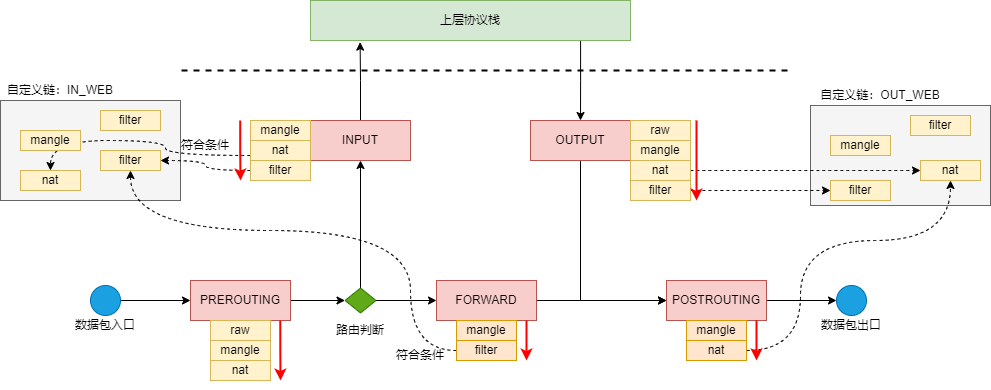
The draw.io diagram posts/iptables/assets/custom-chain.drawio.png in lsj9383/blog, before a commit. Source tidied: cells renumbered, new cells last; positions are measured from the earlier drawing's top-left corner, leaving out a move shared by most shapes. The source it was exported from:
```xml
<mxGraphModel>
  <root>
    <mxCell id="0" />
    <mxCell id="1" parent="0" />
    <mxCell id="2" style="rounded=0;whiteSpace=wrap;html=1;fillColor=#f5f5f5;fontColor=#333333;strokeColor=#666666;" parent="1" vertex="1">
      <mxGeometry x="810" y="105" width="180" height="100" as="geometry" />
    </mxCell>
    <mxCell id="3" style="rounded=0;whiteSpace=wrap;html=1;fillColor=#f5f5f5;fontColor=#333333;strokeColor=#666666;" parent="1" vertex="1">
      <mxGeometry y="100" width="180" height="100" as="geometry" />
    </mxCell>
    <mxCell id="4" style="edgeStyle=orthogonalEdgeStyle;rounded=0;jettySize=auto;html=1;exitX=0.844;exitY=1.011;exitDx=0;exitDy=0;exitPerimeter=0;" parent="1" edge="1" source="5" target="14">
      <mxGeometry relative="1" as="geometry" />
    </mxCell>
    <mxCell id="5" value="上层协议栈" style="rounded=0;whiteSpace=wrap;html=1;fillColor=#d5e8d4;strokeColor=#82b366;" parent="1" vertex="1">
      <mxGeometry x="310" width="320" height="40" as="geometry" />
    </mxCell>
    <mxCell id="6" style="edgeStyle=orthogonalEdgeStyle;rounded=0;jettySize=auto;html=1;exitX=0.5;exitY=0;exitDx=0;exitDy=0;entryX=0.155;entryY=1.041;entryDx=0;entryDy=0;entryPerimeter=0;" parent="1" edge="1" source="7" target="5">
      <mxGeometry relative="1" as="geometry" />
    </mxCell>
    <mxCell id="7" value="INPUT" style="rounded=0;whiteSpace=wrap;html=1;fillColor=#f8cecc;strokeColor=#b85450;" parent="1" vertex="1">
      <mxGeometry x="310" y="120" width="100" height="40" as="geometry" />
    </mxCell>
    <mxCell id="8" value="mangle" style="rounded=0;whiteSpace=wrap;html=1;fillColor=#fff2cc;strokeColor=#d6b656;" parent="1" vertex="1">
      <mxGeometry x="250" y="120" width="60" height="20" as="geometry" />
    </mxCell>
    <mxCell id="9" style="edgeStyle=orthogonalEdgeStyle;curved=1;rounded=0;jettySize=auto;html=1;exitX=0;exitY=0.75;exitDx=0;exitDy=0;entryX=0.5;entryY=0;entryDx=0;entryDy=0;dashed=1;strokeColor=#000000;strokeWidth=1;" parent="1" edge="1" source="10" target="52">
      <mxGeometry relative="1" as="geometry">
        <Array as="points">
          <mxPoint x="165" y="155" />
          <mxPoint x="165" y="140" />
          <mxPoint x="50" y="140" />
        </Array>
      </mxGeometry>
    </mxCell>
    <mxCell id="10" value="nat" style="rounded=0;whiteSpace=wrap;html=1;fillColor=#fff2cc;strokeColor=#d6b656;" parent="1" vertex="1">
      <mxGeometry x="250" y="140" width="60" height="20" as="geometry" />
    </mxCell>
    <mxCell id="11" style="edgeStyle=orthogonalEdgeStyle;rounded=0;jettySize=auto;html=1;exitX=0;exitY=0.5;exitDx=0;exitDy=0;entryX=1;entryY=0.5;entryDx=0;entryDy=0;strokeColor=#000000;strokeWidth=1;curved=1;dashed=1;" parent="1" edge="1" source="12" target="53">
      <mxGeometry relative="1" as="geometry" />
    </mxCell>
    <mxCell id="12" value="filter" style="rounded=0;whiteSpace=wrap;html=1;fillColor=#fff2cc;strokeColor=#d6b656;" parent="1" vertex="1">
      <mxGeometry x="250" y="160" width="60" height="20" as="geometry" />
    </mxCell>
    <mxCell id="13" style="edgeStyle=orthogonalEdgeStyle;rounded=0;jettySize=auto;html=1;exitX=0.5;exitY=1;exitDx=0;exitDy=0;entryX=0;entryY=0.5;entryDx=0;entryDy=0;" parent="1" edge="1" source="14" target="22">
      <mxGeometry relative="1" as="geometry" />
    </mxCell>
    <mxCell id="14" value="OUTPUT" style="rounded=0;whiteSpace=wrap;html=1;fillColor=#f8cecc;strokeColor=#b85450;" parent="1" vertex="1">
      <mxGeometry x="530" y="120" width="100" height="40" as="geometry" />
    </mxCell>
    <mxCell id="15" value="mangle" style="rounded=0;whiteSpace=wrap;html=1;fillColor=#fff2cc;strokeColor=#d6b656;" parent="1" vertex="1">
      <mxGeometry x="630" y="140" width="60" height="20" as="geometry" />
    </mxCell>
    <mxCell id="16" style="edgeStyle=orthogonalEdgeStyle;curved=1;rounded=0;jettySize=auto;html=1;exitX=1;exitY=0.5;exitDx=0;exitDy=0;entryX=0;entryY=0.5;entryDx=0;entryDy=0;dashed=1;strokeColor=#000000;strokeWidth=1;fontSize=7;" parent="1" edge="1" source="17" target="59">
      <mxGeometry relative="1" as="geometry" />
    </mxCell>
    <mxCell id="17" value="nat" style="rounded=0;whiteSpace=wrap;html=1;fillColor=#fff2cc;strokeColor=#d6b656;" parent="1" vertex="1">
      <mxGeometry x="630" y="160" width="60" height="20" as="geometry" />
    </mxCell>
    <mxCell id="18" style="edgeStyle=orthogonalEdgeStyle;curved=1;rounded=0;jettySize=auto;html=1;exitX=1;exitY=0.5;exitDx=0;exitDy=0;entryX=0;entryY=0.5;entryDx=0;entryDy=0;dashed=1;strokeColor=#000000;strokeWidth=1;fontSize=7;" parent="1" edge="1" source="19" target="60">
      <mxGeometry relative="1" as="geometry" />
    </mxCell>
    <mxCell id="19" value="filter" style="rounded=0;whiteSpace=wrap;html=1;fillColor=#fff2cc;strokeColor=#d6b656;" parent="1" vertex="1">
      <mxGeometry x="630" y="180" width="60" height="20" as="geometry" />
    </mxCell>
    <mxCell id="20" value="raw" style="rounded=0;whiteSpace=wrap;html=1;fillColor=#fff2cc;strokeColor=#d6b656;" parent="1" vertex="1">
      <mxGeometry x="630" y="120" width="60" height="20" as="geometry" />
    </mxCell>
    <mxCell id="21" style="edgeStyle=orthogonalEdgeStyle;rounded=0;jettySize=auto;html=1;exitX=1;exitY=0.5;exitDx=0;exitDy=0;entryX=0;entryY=0.5;entryDx=0;entryDy=0;" parent="1" edge="1" source="22" target="41">
      <mxGeometry relative="1" as="geometry" />
    </mxCell>
    <mxCell id="22" value="POSTROUTING" style="rounded=0;whiteSpace=wrap;html=1;fillColor=#f8cecc;strokeColor=#b85450;" parent="1" vertex="1">
      <mxGeometry x="666" y="280" width="100" height="40" as="geometry" />
    </mxCell>
    <mxCell id="23" value="mangle" style="rounded=0;whiteSpace=wrap;html=1;fillColor=#ffe6cc;strokeColor=#d79b00;" parent="1" vertex="1">
      <mxGeometry x="686" y="320" width="60" height="20" as="geometry" />
    </mxCell>
    <mxCell id="24" style="edgeStyle=orthogonalEdgeStyle;curved=1;rounded=0;jettySize=auto;html=1;exitX=1;exitY=0.5;exitDx=0;exitDy=0;entryX=0.5;entryY=1;entryDx=0;entryDy=0;dashed=1;strokeColor=#000000;strokeWidth=1;fontSize=7;" parent="1" edge="1" source="25" target="59">
      <mxGeometry relative="1" as="geometry">
        <Array as="points">
          <mxPoint x="800" y="350" />
          <mxPoint x="800" y="240" />
          <mxPoint x="950" y="240" />
        </Array>
      </mxGeometry>
    </mxCell>
    <mxCell id="25" value="nat" style="rounded=0;whiteSpace=wrap;html=1;fillColor=#ffe6cc;strokeColor=#d79b00;" parent="1" vertex="1">
      <mxGeometry x="686" y="340" width="60" height="20" as="geometry" />
    </mxCell>
    <mxCell id="26" style="edgeStyle=orthogonalEdgeStyle;rounded=0;jettySize=auto;html=1;exitX=1;exitY=0.5;exitDx=0;exitDy=0;" parent="1" edge="1" source="27" target="22">
      <mxGeometry relative="1" as="geometry" />
    </mxCell>
    <mxCell id="27" value="FORWARD" style="rounded=0;whiteSpace=wrap;html=1;fillColor=#f8cecc;strokeColor=#b85450;" parent="1" vertex="1">
      <mxGeometry x="436" y="280" width="100" height="40" as="geometry" />
    </mxCell>
    <mxCell id="28" value="mangle" style="rounded=0;whiteSpace=wrap;html=1;fillColor=#ffe6cc;strokeColor=#d79b00;" parent="1" vertex="1">
      <mxGeometry x="456" y="320" width="60" height="20" as="geometry" />
    </mxCell>
    <mxCell id="29" style="edgeStyle=orthogonalEdgeStyle;curved=1;rounded=0;jettySize=auto;html=1;exitX=0;exitY=0.5;exitDx=0;exitDy=0;strokeColor=#000000;strokeWidth=1;dashed=1;" parent="1" edge="1" source="30" target="53">
      <mxGeometry relative="1" as="geometry">
        <Array as="points">
          <mxPoint x="410" y="350" />
          <mxPoint x="410" y="230" />
          <mxPoint x="130" y="230" />
        </Array>
      </mxGeometry>
    </mxCell>
    <mxCell id="30" value="filter" style="rounded=0;whiteSpace=wrap;html=1;fillColor=#ffe6cc;strokeColor=#d79b00;" parent="1" vertex="1">
      <mxGeometry x="456" y="340" width="60" height="20" as="geometry" />
    </mxCell>
    <mxCell id="31" style="edgeStyle=orthogonalEdgeStyle;rounded=0;jettySize=auto;html=1;exitX=1;exitY=0.5;exitDx=0;exitDy=0;" parent="1" edge="1" source="32" target="40">
      <mxGeometry relative="1" as="geometry" />
    </mxCell>
    <mxCell id="32" value="PREROUTING" style="rounded=0;whiteSpace=wrap;html=1;fillColor=#f8cecc;strokeColor=#b85450;" parent="1" vertex="1">
      <mxGeometry x="190" y="280" width="100" height="40" as="geometry" />
    </mxCell>
    <mxCell id="33" value="mangle" style="rounded=0;whiteSpace=wrap;html=1;fillColor=#fff2cc;strokeColor=#d6b656;" parent="1" vertex="1">
      <mxGeometry x="210" y="340" width="60" height="20" as="geometry" />
    </mxCell>
    <mxCell id="34" value="nat" style="rounded=0;whiteSpace=wrap;html=1;fillColor=#fff2cc;strokeColor=#d6b656;" parent="1" vertex="1">
      <mxGeometry x="210" y="360" width="60" height="20" as="geometry" />
    </mxCell>
    <mxCell id="35" value="raw" style="rounded=0;whiteSpace=wrap;html=1;fillColor=#fff2cc;strokeColor=#d6b656;" parent="1" vertex="1">
      <mxGeometry x="210" y="320" width="60" height="20" as="geometry" />
    </mxCell>
    <mxCell id="36" style="edgeStyle=orthogonalEdgeStyle;rounded=0;jettySize=auto;html=1;" parent="1" edge="1" source="37" target="32">
      <mxGeometry relative="1" as="geometry" />
    </mxCell>
    <mxCell id="37" style="ellipse;whiteSpace=wrap;html=1;fillColor=#1ba1e2;fontColor=#ffffff;strokeColor=#006EAF;" parent="1" vertex="1">
      <mxGeometry x="90" y="285" width="30" height="30" as="geometry" />
    </mxCell>
    <mxCell id="38" style="edgeStyle=orthogonalEdgeStyle;rounded=0;jettySize=auto;html=1;exitX=0.5;exitY=0;exitDx=0;exitDy=0;" parent="1" edge="1" source="40" target="7">
      <mxGeometry relative="1" as="geometry" />
    </mxCell>
    <mxCell id="39" style="edgeStyle=orthogonalEdgeStyle;rounded=0;jettySize=auto;html=1;exitX=1;exitY=0.5;exitDx=0;exitDy=0;" parent="1" edge="1" source="40" target="27">
      <mxGeometry relative="1" as="geometry" />
    </mxCell>
    <mxCell id="40" style="rhombus;whiteSpace=wrap;html=1;fillColor=#60a917;fontColor=#ffffff;strokeColor=#2D7600;" parent="1" vertex="1">
      <mxGeometry x="344.5" y="287.5" width="31" height="25" as="geometry" />
    </mxCell>
    <mxCell id="41" style="ellipse;whiteSpace=wrap;html=1;fillColor=#1ba1e2;fontColor=#ffffff;strokeColor=#006EAF;" parent="1" vertex="1">
      <mxGeometry x="836" y="285" width="30" height="30" as="geometry" />
    </mxCell>
    <mxCell id="42" value="数据包出口" style="text;html=1;strokeColor=none;fillColor=none;align=center;verticalAlign=middle;whiteSpace=wrap;rounded=0;" parent="1" vertex="1">
      <mxGeometry x="816" y="310" width="70" height="30" as="geometry" />
    </mxCell>
    <mxCell id="43" value="数据包入口" style="text;html=1;strokeColor=none;fillColor=none;align=center;verticalAlign=middle;whiteSpace=wrap;rounded=0;" parent="1" vertex="1">
      <mxGeometry x="70" y="310" width="70" height="30" as="geometry" />
    </mxCell>
    <mxCell id="44" value="路由判断" style="text;html=1;strokeColor=none;fillColor=none;align=center;verticalAlign=middle;whiteSpace=wrap;rounded=0;" parent="1" vertex="1">
      <mxGeometry x="325" y="320" width="70" height="20" as="geometry" />
    </mxCell>
    <mxCell id="45" style="edgeStyle=orthogonalEdgeStyle;rounded=0;orthogonalLoop=1;jettySize=auto;html=1;strokeWidth=2;strokeColor=#FF0000;" parent="1" edge="1">
      <mxGeometry relative="1" as="geometry">
        <mxPoint x="696" y="120" as="sourcePoint" />
        <mxPoint x="696" y="200" as="targetPoint" />
      </mxGeometry>
    </mxCell>
    <mxCell id="46" style="edgeStyle=orthogonalEdgeStyle;rounded=0;orthogonalLoop=1;jettySize=auto;html=1;strokeWidth=2;strokeColor=#FF0000;" parent="1" edge="1">
      <mxGeometry relative="1" as="geometry">
        <mxPoint x="239.7" y="120" as="sourcePoint" />
        <mxPoint x="240" y="180" as="targetPoint" />
        <Array as="points">
          <mxPoint x="240" y="150" />
        </Array>
      </mxGeometry>
    </mxCell>
    <mxCell id="47" style="edgeStyle=orthogonalEdgeStyle;rounded=0;orthogonalLoop=1;jettySize=auto;html=1;strokeWidth=2;strokeColor=#FF0000;" parent="1" edge="1">
      <mxGeometry relative="1" as="geometry">
        <mxPoint x="756" y="320" as="sourcePoint" />
        <mxPoint x="756" y="360" as="targetPoint" />
      </mxGeometry>
    </mxCell>
    <mxCell id="48" style="edgeStyle=orthogonalEdgeStyle;rounded=0;orthogonalLoop=1;jettySize=auto;html=1;strokeWidth=2;strokeColor=#FF0000;" parent="1" edge="1">
      <mxGeometry relative="1" as="geometry">
        <mxPoint x="526" y="320" as="sourcePoint" />
        <mxPoint x="526" y="360" as="targetPoint" />
      </mxGeometry>
    </mxCell>
    <mxCell id="49" style="edgeStyle=orthogonalEdgeStyle;rounded=0;orthogonalLoop=1;jettySize=auto;html=1;strokeWidth=2;strokeColor=#FF0000;" parent="1" edge="1">
      <mxGeometry relative="1" as="geometry">
        <mxPoint x="279.8" y="320" as="sourcePoint" />
        <mxPoint x="280" y="380" as="targetPoint" />
        <Array as="points">
          <mxPoint x="280" y="350" />
          <mxPoint x="280" y="350" />
        </Array>
      </mxGeometry>
    </mxCell>
    <mxCell id="50" style="endArrow=none;dashed=1;html=1;rounded=0;strokeColor=#000000;strokeWidth=2;" parent="1" edge="1">
      <mxGeometry relative="1" as="geometry">
        <mxPoint x="181" y="70" as="sourcePoint" />
        <mxPoint x="791" y="70" as="targetPoint" />
      </mxGeometry>
    </mxCell>
    <mxCell id="51" value="mangle" style="rounded=0;whiteSpace=wrap;html=1;fillColor=#fff2cc;strokeColor=#d6b656;" parent="1" vertex="1">
      <mxGeometry x="20" y="130" width="60" height="20" as="geometry" />
    </mxCell>
    <mxCell id="52" value="nat" style="rounded=0;whiteSpace=wrap;html=1;fillColor=#fff2cc;strokeColor=#d6b656;" parent="1" vertex="1">
      <mxGeometry x="20" y="170" width="60" height="20" as="geometry" />
    </mxCell>
    <mxCell id="53" value="filter" style="rounded=0;whiteSpace=wrap;html=1;fillColor=#fff2cc;strokeColor=#d6b656;" parent="1" vertex="1">
      <mxGeometry x="100" y="150" width="60" height="20" as="geometry" />
    </mxCell>
    <mxCell id="54" value="filter" style="rounded=0;whiteSpace=wrap;html=1;fillColor=#fff2cc;strokeColor=#d6b656;" parent="1" vertex="1">
      <mxGeometry x="100" y="110" width="60" height="20" as="geometry" />
    </mxCell>
    <mxCell id="55" value="自定义链：IN_WEB" style="text;html=1;strokeColor=none;fillColor=none;align=center;verticalAlign=middle;whiteSpace=wrap;rounded=0;" parent="1" vertex="1">
      <mxGeometry y="80" width="120" height="20" as="geometry" />
    </mxCell>
    <mxCell id="56" value="符合条件" style="text;html=1;strokeColor=none;fillColor=none;align=center;verticalAlign=middle;whiteSpace=wrap;rounded=0;fontSize=7;" parent="1" vertex="1">
      <mxGeometry x="395" y="350" width="50" height="10" as="geometry" />
    </mxCell>
    <mxCell id="57" value="符合条件" style="text;html=1;strokeColor=none;fillColor=none;align=center;verticalAlign=middle;whiteSpace=wrap;rounded=0;fontSize=7;" parent="1" vertex="1">
      <mxGeometry x="180" y="140" width="50" height="10" as="geometry" />
    </mxCell>
    <mxCell id="58" value="mangle" style="rounded=0;whiteSpace=wrap;html=1;fillColor=#fff2cc;strokeColor=#d6b656;" parent="1" vertex="1">
      <mxGeometry x="830" y="135" width="60" height="20" as="geometry" />
    </mxCell>
    <mxCell id="59" value="nat" style="rounded=0;whiteSpace=wrap;html=1;fillColor=#fff2cc;strokeColor=#d6b656;" parent="1" vertex="1">
      <mxGeometry x="920" y="160" width="60" height="20" as="geometry" />
    </mxCell>
    <mxCell id="60" value="filter" style="rounded=0;whiteSpace=wrap;html=1;fillColor=#fff2cc;strokeColor=#d6b656;" parent="1" vertex="1">
      <mxGeometry x="830" y="180" width="60" height="20" as="geometry" />
    </mxCell>
    <mxCell id="61" value="filter" style="rounded=0;whiteSpace=wrap;html=1;fillColor=#fff2cc;strokeColor=#d6b656;" parent="1" vertex="1">
      <mxGeometry x="910" y="115" width="60" height="20" as="geometry" />
    </mxCell>
    <mxCell id="62" value="自定义链：OUT_WEB" style="text;html=1;strokeColor=none;fillColor=none;align=center;verticalAlign=middle;whiteSpace=wrap;rounded=0;" parent="1" vertex="1">
      <mxGeometry x="810" y="85" width="140" height="20" as="geometry" />
    </mxCell>
  </root>
</mxGraphModel>
```
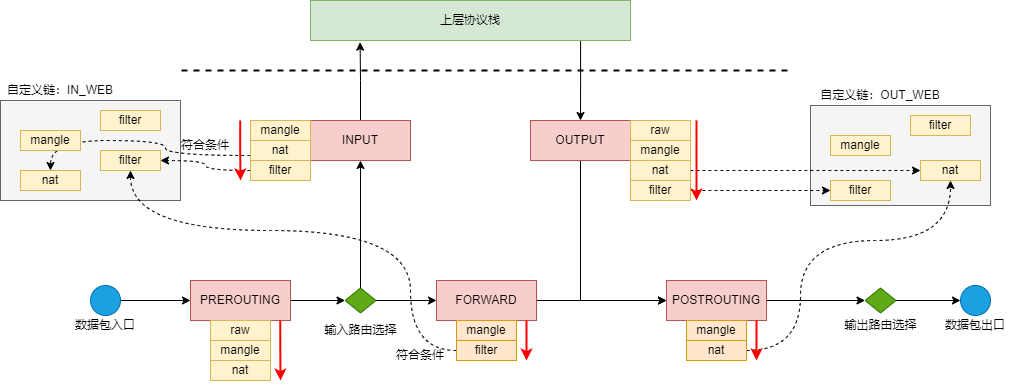
After the change.

Diff of the diagram source:
```diff
@@ -65,9 +65,9 @@
     <mxCell id="20" value="raw" style="rounded=0;whiteSpace=wrap;html=1;fillColor=#fff2cc;strokeColor=#d6b656;" parent="1" vertex="1">
       <mxGeometry x="630" y="120" width="60" height="20" as="geometry" />
     </mxCell>
-    <mxCell id="21" style="edgeStyle=orthogonalEdgeStyle;rounded=0;jettySize=auto;html=1;exitX=1;exitY=0.5;exitDx=0;exitDy=0;entryX=0;entryY=0.5;entryDx=0;entryDy=0;" parent="1" edge="1" source="22" target="41">
-      <mxGeometry relative="1" as="geometry" />
-    </mxCell>
+    <mxCell id="63" style="edgeStyle=orthogonalEdgeStyle;rounded=0;jettySize=auto;html=1;exitX=1;exitY=0.5;exitDx=0;exitDy=0;entryX=0;entryY=0.5;entryDx=0;entryDy=0;" parent="1" edge="1" source="22" target="65">
+      <mxGeometry relative="1" as="geometry" />
+    </mxCell>
     <mxCell id="22" value="POSTROUTING" style="rounded=0;whiteSpace=wrap;html=1;fillColor=#f8cecc;strokeColor=#b85450;" parent="1" vertex="1">
       <mxGeometry x="666" y="280" width="100" height="40" as="geometry" />
     </mxCell>
@@ -138,16 +138,16 @@
       <mxGeometry x="344.5" y="287.5" width="31" height="25" as="geometry" />
     </mxCell>
     <mxCell id="41" style="ellipse;whiteSpace=wrap;html=1;fillColor=#1ba1e2;fontColor=#ffffff;strokeColor=#006EAF;" parent="1" vertex="1">
-      <mxGeometry x="836" y="285" width="30" height="30" as="geometry" />
+      <mxGeometry x="960" y="285" width="30" height="30" as="geometry" />
     </mxCell>
     <mxCell id="42" value="数据包出口" style="text;html=1;strokeColor=none;fillColor=none;align=center;verticalAlign=middle;whiteSpace=wrap;rounded=0;" parent="1" vertex="1">
-      <mxGeometry x="816" y="310" width="70" height="30" as="geometry" />
+      <mxGeometry x="940" y="310" width="70" height="30" as="geometry" />
     </mxCell>
     <mxCell id="43" value="数据包入口" style="text;html=1;strokeColor=none;fillColor=none;align=center;verticalAlign=middle;whiteSpace=wrap;rounded=0;" parent="1" vertex="1">
       <mxGeometry x="70" y="310" width="70" height="30" as="geometry" />
     </mxCell>
-    <mxCell id="44" value="路由判断" style="text;html=1;strokeColor=none;fillColor=none;align=center;verticalAlign=middle;whiteSpace=wrap;rounded=0;" parent="1" vertex="1">
-      <mxGeometry x="325" y="320" width="70" height="20" as="geometry" />
+    <mxCell id="44" value="输入路由选择" style="text;html=1;strokeColor=none;fillColor=none;align=center;verticalAlign=middle;whiteSpace=wrap;rounded=0;" parent="1" vertex="1">
+      <mxGeometry x="317.5" y="320" width="85" height="20" as="geometry" />
     </mxCell>
     <mxCell id="45" style="edgeStyle=orthogonalEdgeStyle;rounded=0;orthogonalLoop=1;jettySize=auto;html=1;strokeWidth=2;strokeColor=#FF0000;" parent="1" edge="1">
       <mxGeometry relative="1" as="geometry">
@@ -228,5 +228,14 @@
     <mxCell id="62" value="自定义链：OUT_WEB" style="text;html=1;strokeColor=none;fillColor=none;align=center;verticalAlign=middle;whiteSpace=wrap;rounded=0;" parent="1" vertex="1">
       <mxGeometry x="810" y="85" width="140" height="20" as="geometry" />
     </mxCell>
+    <mxCell id="64" style="edgeStyle=orthogonalEdgeStyle;rounded=0;jettySize=auto;html=1;exitX=1;exitY=0.5;exitDx=0;exitDy=0;" parent="1" edge="1" source="65" target="41">
+      <mxGeometry relative="1" as="geometry" />
+    </mxCell>
+    <mxCell id="65" style="rhombus;whiteSpace=wrap;html=1;fillColor=#60a917;fontColor=#ffffff;strokeColor=#2D7600;" parent="1" vertex="1">
+      <mxGeometry x="864.5" y="287.5" width="31" height="25" as="geometry" />
+    </mxCell>
+    <mxCell id="66" value="输出路由选择" style="text;html=1;strokeColor=none;fillColor=none;align=center;verticalAlign=middle;whiteSpace=wrap;rounded=0;" parent="1" vertex="1">
+      <mxGeometry x="837.5" y="315" width="85" height="20" as="geometry" />
+    </mxCell>
   </root>
 </mxGraphModel>
```
